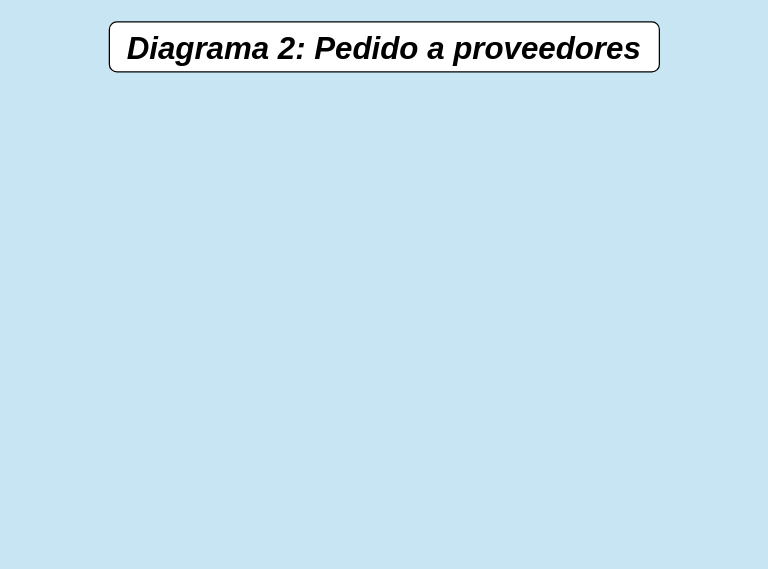
Before: 02_Entornos de desarrollo/UT_3/01 DiagramaFlujoDatos/Ejercicios_DFD/03 EjercicioVideoclub/intento2/03_Diagrama2PedidoPreveedores.drawio in antgomper/Curso_23-24_DAW, a draw.io diagram. Source tidied: cells renumbered, new cells numbered last; positions are measured from the earlier drawing's top-left corner, leaving out a move shared by most shapes. Both pictures are drawn from the tidied source at 125%, with x=0, y=0 at pixel (109, 21).
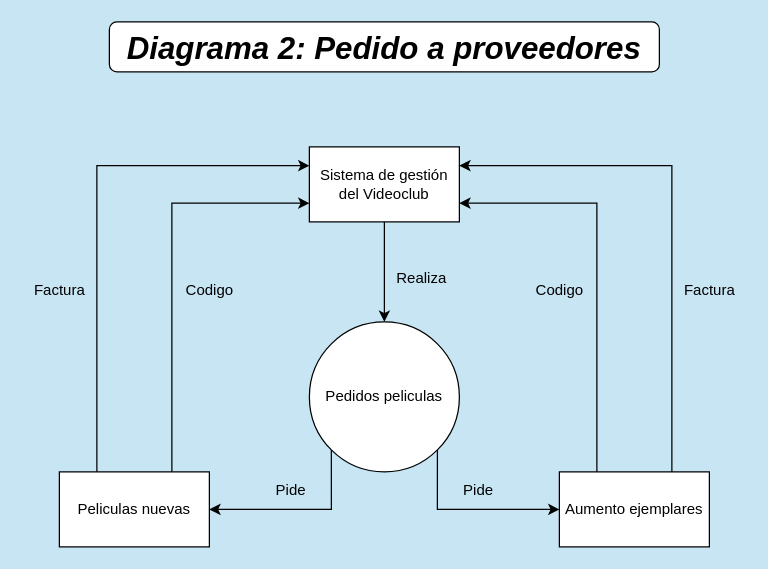
The same page after the edit.

Diff of the diagram source:
```diff
@@
+    <mxCell id="3" style="edgeStyle=orthogonalEdgeStyle;rounded=0;jettySize=auto;html=1;exitX=0;exitY=1;exitDx=0;exitDy=0;entryX=1;entryY=0.5;entryDx=0;entryDy=0;" parent="1" edge="1" source="5" target="11">
+      <mxGeometry relative="1" as="geometry">
+        <Array as="points">
+          <mxPoint x="178" y="390" />
+        </Array>
+      </mxGeometry>
+    </mxCell>
+    <mxCell id="4" style="edgeStyle=orthogonalEdgeStyle;rounded=0;jettySize=auto;html=1;exitX=1;exitY=1;exitDx=0;exitDy=0;entryX=0;entryY=0.5;entryDx=0;entryDy=0;" parent="1" edge="1" source="5" target="14">
+      <mxGeometry relative="1" as="geometry">
+        <Array as="points">
+          <mxPoint x="262" y="390" />
+        </Array>
+      </mxGeometry>
+    </mxCell>
+    <mxCell id="5" value="Pedidos peliculas" style="ellipse;whiteSpace=wrap;html=1;" parent="1" vertex="1">
+      <mxGeometry x="160" y="240" width="120" height="120" as="geometry" />
+    </mxCell>
+    <mxCell id="6" style="edgeStyle=orthogonalEdgeStyle;rounded=0;jettySize=auto;html=1;exitX=0.5;exitY=1;exitDx=0;exitDy=0;entryX=0.5;entryY=0;entryDx=0;entryDy=0;" parent="1" edge="1" source="7" target="5">
+      <mxGeometry relative="1" as="geometry" />
+    </mxCell>
+    <mxCell id="7" value="Sistema de gestión del Videoclub" style="rounded=0;whiteSpace=wrap;html=1;" parent="1" vertex="1">
+      <mxGeometry x="160" y="100" width="120" height="60" as="geometry" />
+    </mxCell>
+    <mxCell id="8" value="Realiza" style="text;html=1;strokeColor=none;fillColor=none;align=center;verticalAlign=middle;whiteSpace=wrap;rounded=0;" parent="1" vertex="1">
+      <mxGeometry x="220" y="190" width="60" height="30" as="geometry" />
+    </mxCell>
+    <mxCell id="9" style="edgeStyle=orthogonalEdgeStyle;rounded=0;jettySize=auto;html=1;exitX=0.75;exitY=0;exitDx=0;exitDy=0;entryX=0;entryY=0.75;entryDx=0;entryDy=0;" parent="1" edge="1" source="11" target="7">
+      <mxGeometry relative="1" as="geometry" />
+    </mxCell>
+    <mxCell id="10" style="edgeStyle=orthogonalEdgeStyle;rounded=0;jettySize=auto;html=1;exitX=0.25;exitY=0;exitDx=0;exitDy=0;entryX=0;entryY=0.25;entryDx=0;entryDy=0;" parent="1" edge="1" source="11" target="7">
+      <mxGeometry relative="1" as="geometry" />
+    </mxCell>
+    <mxCell id="11" value="Peliculas nuevas" style="rounded=0;whiteSpace=wrap;html=1;" parent="1" vertex="1">
+      <mxGeometry x="-40" y="360" width="120" height="60" as="geometry" />
+    </mxCell>
+    <mxCell id="12" style="edgeStyle=orthogonalEdgeStyle;rounded=0;jettySize=auto;html=1;exitX=0.25;exitY=0;exitDx=0;exitDy=0;entryX=1;entryY=0.75;entryDx=0;entryDy=0;" parent="1" edge="1" source="14" target="7">
+      <mxGeometry relative="1" as="geometry" />
+    </mxCell>
+    <mxCell id="13" style="edgeStyle=orthogonalEdgeStyle;rounded=0;jettySize=auto;html=1;exitX=0.75;exitY=0;exitDx=0;exitDy=0;entryX=1;entryY=0.25;entryDx=0;entryDy=0;" parent="1" edge="1" source="14" target="7">
+      <mxGeometry relative="1" as="geometry" />
+    </mxCell>
+    <mxCell id="14" value="&lt;div&gt;Aumento ejemplares&lt;/div&gt;" style="rounded=0;whiteSpace=wrap;html=1;" parent="1" vertex="1">
+      <mxGeometry x="360" y="360" width="120" height="60" as="geometry" />
+    </mxCell>
+    <mxCell id="15" value="&lt;div&gt;Pide&lt;/div&gt;" style="text;html=1;align=center;verticalAlign=middle;strokeColor=none;fillColor=none;" parent="1" vertex="1">
+      <mxGeometry x="120" y="360" width="50" height="30" as="geometry" />
+    </mxCell>
+    <mxCell id="16" value="&lt;div&gt;Pide&lt;/div&gt;" style="text;html=1;align=center;verticalAlign=middle;strokeColor=none;fillColor=none;" parent="1" vertex="1">
+      <mxGeometry x="270" y="360" width="50" height="30" as="geometry" />
+    </mxCell>
+    <mxCell id="17" value="Codigo" style="text;html=1;align=center;verticalAlign=middle;strokeColor=none;fillColor=none;" parent="1" vertex="1">
+      <mxGeometry x="50" y="200" width="60" height="30" as="geometry" />
+    </mxCell>
+    <mxCell id="18" value="Codigo" style="text;html=1;align=center;verticalAlign=middle;strokeColor=none;fillColor=none;" parent="1" vertex="1">
+      <mxGeometry x="330" y="200" width="60" height="30" as="geometry" />
+    </mxCell>
+    <mxCell id="19" value="Factura" style="text;html=1;align=center;verticalAlign=middle;strokeColor=none;fillColor=none;" parent="1" vertex="1">
+      <mxGeometry x="450" y="200" width="60" height="30" as="geometry" />
+    </mxCell>
+    <mxCell id="20" value="Factura" style="text;html=1;align=center;verticalAlign=middle;strokeColor=none;fillColor=none;" parent="1" vertex="1">
+      <mxGeometry x="-70" y="200" width="60" height="30" as="geometry" />
+    </mxCell>
```
